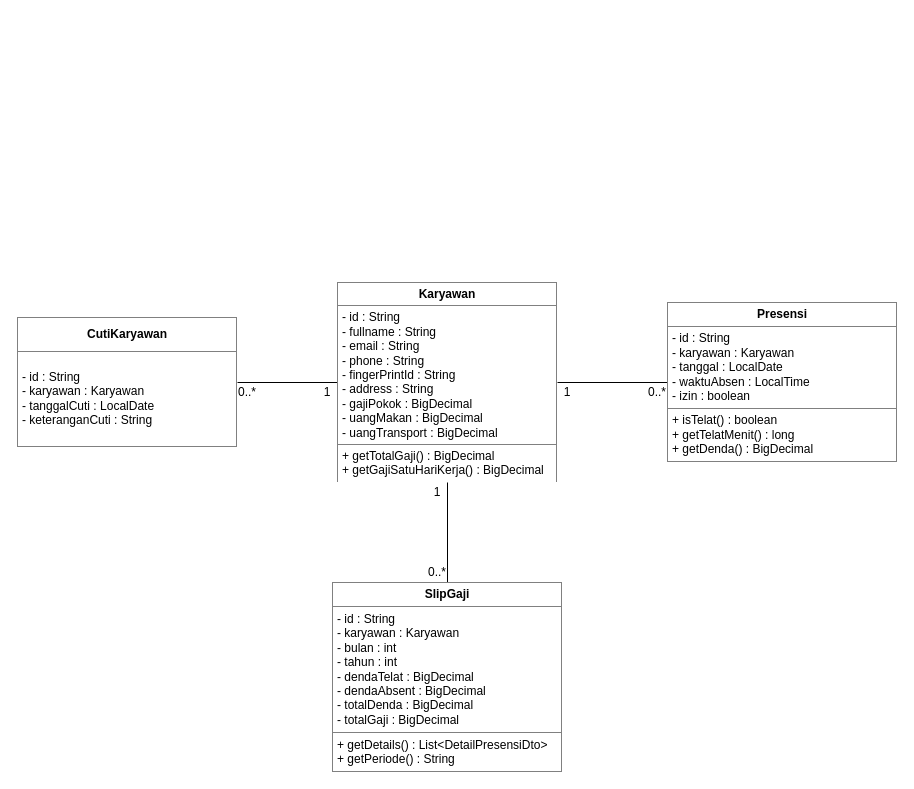
Before: page "class_diagram" (1 of 3) of documents/draw.io file/software_architecture.drawio in DianPurnama/skripsian, a draw.io diagram. Source tidied: cells renumbered, new cells numbered last; positions are measured from the earlier drawing's top-left corner, leaving out a move shared by most shapes. Both pictures are drawn from the tidied source at 100%, with x=0, y=0 at pixel (17, 282).
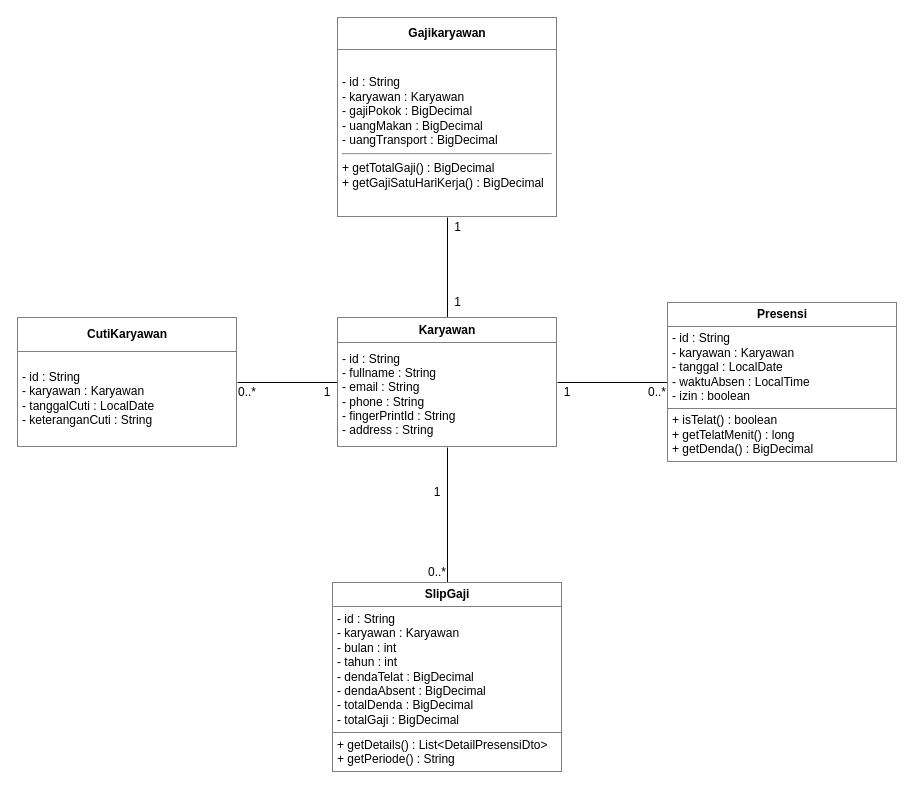
Above is the later version.

Diff of the diagram source:
```diff
@@
 <mxGraphModel>
   <root>
     <mxCell id="0" />
     <mxCell id="1" parent="0" />
-    <mxCell id="2" style="edgeStyle=orthogonalEdgeStyle;rounded=0;jettySize=auto;html=1;entryX=0;entryY=0.5;entryDx=0;entryDy=0;endArrow=none;endFill=0;" parent="1" edge="1" source="5" target="6">
+    <mxCell id="2" style="edgeStyle=orthogonalEdgeStyle;rounded=0;jettySize=auto;html=1;entryX=0;entryY=0.5;entryDx=0;entryDy=0;endArrow=none;endFill=0;exitX=1;exitY=0.5;exitDx=0;exitDy=0;" parent="1" edge="1" source="17" target="6">
       <mxGeometry relative="1" as="geometry" />
     </mxCell>
-    <mxCell id="3" style="edgeStyle=orthogonalEdgeStyle;rounded=0;jettySize=auto;html=1;entryX=0.5;entryY=0;entryDx=0;entryDy=0;endArrow=none;endFill=0;" parent="1" edge="1" source="5" target="8">
+    <mxCell id="3" style="edgeStyle=orthogonalEdgeStyle;rounded=0;jettySize=auto;html=1;entryX=0.5;entryY=0;entryDx=0;entryDy=0;endArrow=none;endFill=0;exitX=0.5;exitY=1;exitDx=0;exitDy=0;" parent="1" edge="1" source="17" target="8">
       <mxGeometry relative="1" as="geometry" />
     </mxCell>
-    <mxCell id="4" style="edgeStyle=orthogonalEdgeStyle;rounded=0;jettySize=auto;html=1;entryX=1;entryY=0.5;entryDx=0;entryDy=0;endArrow=none;endFill=0;" parent="1" edge="1" source="5" target="7">
+    <mxCell id="4" style="edgeStyle=orthogonalEdgeStyle;rounded=0;jettySize=auto;html=1;entryX=1;entryY=0.5;entryDx=0;entryDy=0;endArrow=none;endFill=0;exitX=0;exitY=0.5;exitDx=0;exitDy=0;" parent="1" edge="1" source="17" target="7">
       <mxGeometry relative="1" as="geometry" />
     </mxCell>
-    <mxCell id="5" value="&lt;table border=&quot;1&quot; width=&quot;100%&quot; cellpadding=&quot;4&quot; style=&quot;width: 100% ; height: 100% ; border-collapse: collapse&quot;&gt;&lt;tbody&gt;&lt;tr&gt;&lt;th align=&quot;center&quot;&gt;&lt;b&gt;Karyawan&lt;/b&gt;&lt;/th&gt;&lt;/tr&gt;&lt;tr&gt;&lt;td&gt;- id : String&lt;br&gt;- fullname : String&lt;br&gt;- email : String&lt;br&gt;- phone : String&lt;br&gt;- fingerPrintId : String&lt;br&gt;- address : String&lt;br&gt;- gajiPokok : BigDecimal&lt;br&gt;- uangMakan : BigDecimal&lt;br&gt;- uangTransport : BigDecimal&lt;/td&gt;&lt;/tr&gt;&lt;tr&gt;&lt;td&gt;+ getTotalGaji() : BigDecimal&lt;br&gt;+ getGajiSatuHariKerja() : BigDecimal&lt;/td&gt;&lt;/tr&gt;&lt;/tbody&gt;&lt;/table&gt;" style="text;html=1;strokeColor=none;fillColor=none;overflow=fill;" parent="1" vertex="1">
-      <mxGeometry x="320" width="220" height="200" as="geometry" />
-    </mxCell>
     <mxCell id="6" value="&lt;table border=&quot;1&quot; width=&quot;100%&quot; cellpadding=&quot;4&quot; style=&quot;width: 100% ; height: 100% ; border-collapse: collapse&quot;&gt;&lt;tbody&gt;&lt;tr&gt;&lt;th align=&quot;center&quot;&gt;&lt;b&gt;Presensi&lt;/b&gt;&lt;/th&gt;&lt;/tr&gt;&lt;tr&gt;&lt;td&gt;- id : String&lt;br&gt;- karyawan : Karyawan&lt;br&gt;- tanggal : LocalDate&lt;br&gt;- waktuAbsen : LocalTime&lt;br&gt;- izin : boolean&lt;br&gt;&lt;/td&gt;&lt;/tr&gt;&lt;tr&gt;&lt;td&gt;+ isTelat() : boolean&lt;br&gt;+ getTelatMenit() : long&lt;br&gt;+ getDenda() : BigDecimal&lt;/td&gt;&lt;/tr&gt;&lt;/tbody&gt;&lt;/table&gt;" style="text;html=1;strokeColor=none;fillColor=none;overflow=fill;" parent="1" vertex="1">
       <mxGeometry x="650" y="20" width="230" height="160" as="geometry" />
     </mxCell>
     <mxCell id="7" value="&lt;table border=&quot;1&quot; width=&quot;100%&quot; cellpadding=&quot;4&quot; style=&quot;width: 100% ; height: 100% ; border-collapse: collapse&quot;&gt;&lt;tbody&gt;&lt;tr&gt;&lt;th align=&quot;center&quot;&gt;&lt;b&gt;CutiKaryawan&lt;/b&gt;&lt;/th&gt;&lt;/tr&gt;&lt;tr&gt;&lt;td&gt;- id : String&lt;br&gt;- karyawan : Karyawan&lt;br&gt;- tanggalCuti : LocalDate&lt;br&gt;- keteranganCuti : String&lt;/td&gt;&lt;/tr&gt;&lt;/tbody&gt;&lt;/table&gt;" style="text;html=1;strokeColor=none;fillColor=none;overflow=fill;" parent="1" vertex="1">
       <mxGeometry y="35" width="220" height="130" as="geometry" />
     </mxCell>
     <mxCell id="8" value="&lt;table border=&quot;1&quot; width=&quot;100%&quot; cellpadding=&quot;4&quot; style=&quot;width: 100% ; height: 100% ; border-collapse: collapse&quot;&gt;&lt;tbody&gt;&lt;tr&gt;&lt;th align=&quot;center&quot;&gt;&lt;b&gt;SlipGaji&lt;/b&gt;&lt;/th&gt;&lt;/tr&gt;&lt;tr&gt;&lt;td&gt;- id : String&lt;br&gt;- karyawan : Karyawan&lt;br&gt;- bulan : int&lt;br&gt;- tahun : int&lt;br&gt;- dendaTelat : BigDecimal&lt;br&gt;- dendaAbsent : BigDecimal&lt;br&gt;- totalDenda : BigDecimal&lt;br&gt;- totalGaji : BigDecimal&lt;/td&gt;&lt;/tr&gt;&lt;tr&gt;&lt;td&gt;+ getDetails() : List&amp;lt;DetailPresensiDto&amp;gt;&lt;br&gt;+ getPeriode() : String&lt;/td&gt;&lt;/tr&gt;&lt;/tbody&gt;&lt;/table&gt;" style="text;html=1;strokeColor=none;fillColor=none;overflow=fill;" parent="1" vertex="1">
       <mxGeometry x="315" y="300" width="230" height="190" as="geometry" />
     </mxCell>
     <mxCell id="9" value="1" style="text;html=1;strokeColor=none;fillColor=none;align=center;verticalAlign=middle;whiteSpace=wrap;rounded=0;" parent="1" vertex="1">
       <mxGeometry x="290" y="100" width="40" height="20" as="geometry" />
     </mxCell>
     <mxCell id="10" value="0..*" style="text;html=1;strokeColor=none;fillColor=none;align=center;verticalAlign=middle;whiteSpace=wrap;rounded=0;" parent="1" vertex="1">
       <mxGeometry x="210" y="100" width="40" height="20" as="geometry" />
     </mxCell>
     <mxCell id="11" value="1" style="text;html=1;strokeColor=none;fillColor=none;align=center;verticalAlign=middle;whiteSpace=wrap;rounded=0;" parent="1" vertex="1">
       <mxGeometry x="400" y="200" width="40" height="20" as="geometry" />
     </mxCell>
     <mxCell id="12" value="1" style="text;html=1;strokeColor=none;fillColor=none;align=center;verticalAlign=middle;whiteSpace=wrap;rounded=0;" parent="1" vertex="1">
       <mxGeometry x="530" y="100" width="40" height="20" as="geometry" />
     </mxCell>
     <mxCell id="13" value="0..*" style="text;html=1;strokeColor=none;fillColor=none;align=center;verticalAlign=middle;whiteSpace=wrap;rounded=0;" parent="1" vertex="1">
       <mxGeometry x="400" y="280" width="40" height="20" as="geometry" />
     </mxCell>
     <mxCell id="14" value="0..*" style="text;html=1;strokeColor=none;fillColor=none;align=center;verticalAlign=middle;whiteSpace=wrap;rounded=0;" parent="1" vertex="1">
       <mxGeometry x="620" y="100" width="40" height="20" as="geometry" />
     </mxCell>
+    <mxCell id="15" style="edgeStyle=none;rounded=0;jumpStyle=none;jettySize=auto;html=1;endArrow=none;endFill=0;strokeWidth=1;" parent="1" edge="1" source="16" target="17">
+      <mxGeometry relative="1" as="geometry" />
+    </mxCell>
+    <mxCell id="16" value="&lt;table border=&quot;1&quot; width=&quot;100%&quot; cellpadding=&quot;4&quot; style=&quot;width: 100% ; height: 100% ; border-collapse: collapse&quot;&gt;&lt;tbody&gt;&lt;tr&gt;&lt;th align=&quot;center&quot;&gt;&lt;b&gt;Gajikaryawan&lt;/b&gt;&lt;/th&gt;&lt;/tr&gt;&lt;tr&gt;&lt;td&gt;- id : String&lt;br&gt;- karyawan : Karyawan&lt;br&gt;- gajiPokok : BigDecimal&lt;br&gt;- uangMakan : BigDecimal&lt;br&gt;- uangTransport : BigDecimal&lt;hr&gt;+ getTotalGaji() : BigDecimal&lt;br&gt;+ getGajiSatuHariKerja() : BigDecimal&lt;/td&gt;&lt;/tr&gt;&lt;/tbody&gt;&lt;/table&gt;" style="text;html=1;strokeColor=none;fillColor=none;overflow=fill;" parent="1" vertex="1">
+      <mxGeometry x="320" y="-265" width="220" height="200" as="geometry" />
+    </mxCell>
+    <mxCell id="17" value="&lt;table border=&quot;1&quot; width=&quot;100%&quot; cellpadding=&quot;4&quot; style=&quot;width: 100% ; height: 100% ; border-collapse: collapse&quot;&gt;&lt;tbody&gt;&lt;tr&gt;&lt;th align=&quot;center&quot;&gt;&lt;b&gt;Karyawan&lt;/b&gt;&lt;/th&gt;&lt;/tr&gt;&lt;tr&gt;&lt;td&gt;- id : String&lt;br&gt;- fullname : String&lt;br&gt;- email : String&lt;br&gt;- phone : String&lt;br&gt;- fingerPrintId : String&lt;br&gt;- address : String&lt;br&gt;&lt;/td&gt;&lt;/tr&gt;&lt;/tbody&gt;&lt;/table&gt;" style="text;html=1;strokeColor=none;fillColor=none;overflow=fill;" parent="1" vertex="1">
+      <mxGeometry x="320" y="35" width="220" height="130" as="geometry" />
+    </mxCell>
+    <mxCell id="18" value="1" style="text;html=1;align=center;verticalAlign=middle;strokeColor=none;" parent="1" vertex="1">
+      <mxGeometry x="430" y="10" width="20" height="20" as="geometry" />
+    </mxCell>
+    <mxCell id="19" value="1" style="text;html=1;align=center;verticalAlign=middle;strokeColor=none;" parent="1" vertex="1">
+      <mxGeometry x="430" y="-65" width="20" height="20" as="geometry" />
+    </mxCell>
   </root>
 </mxGraphModel>
```
